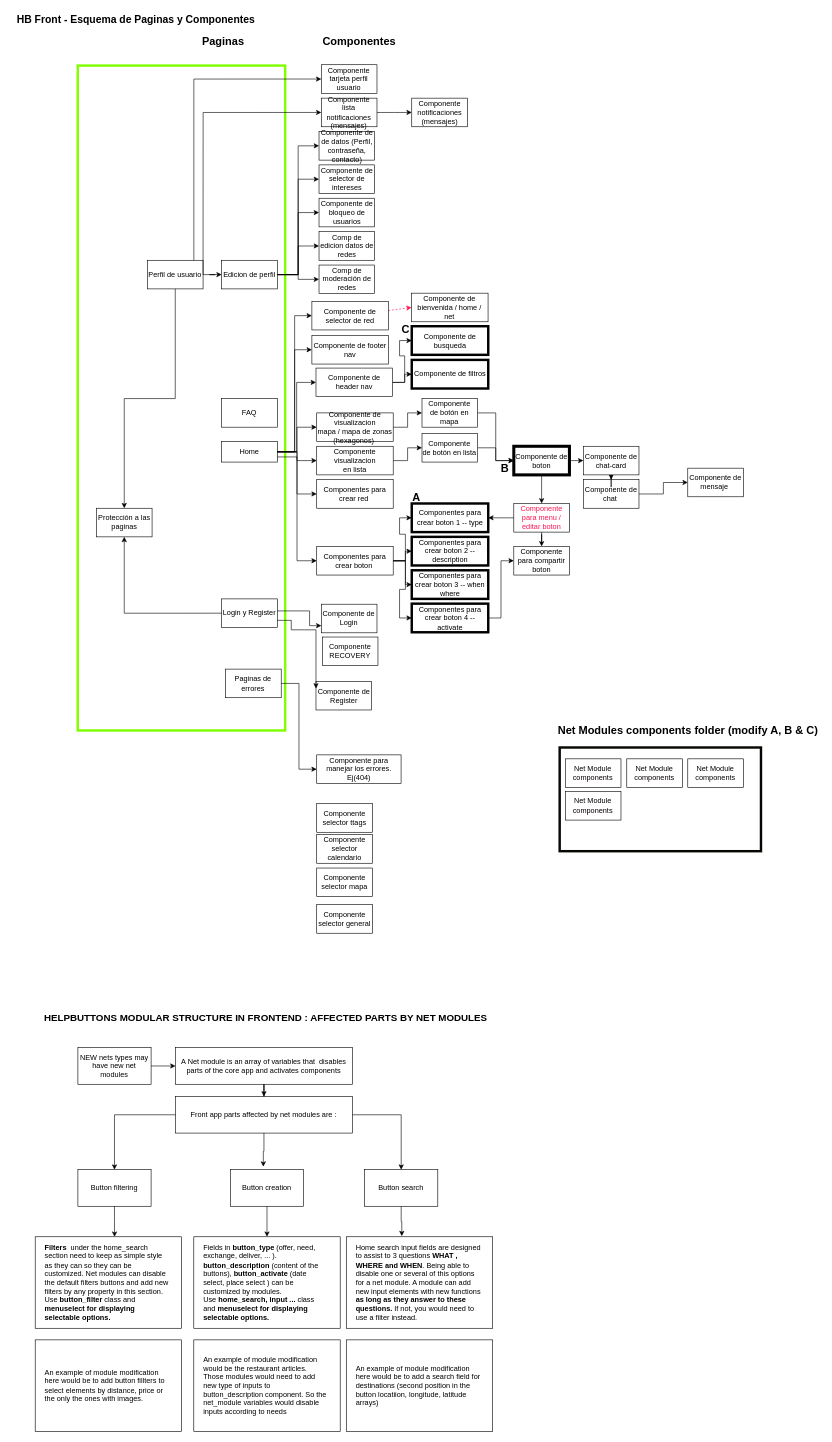
The draw.io diagram page "front" (1 of 3) of HB-COMPONENTS-TS-REACT.drawio in helpbuttons/hb-docs, before the edit. Source tidied: cells renumbered, new cells numbered last; positions are measured from the earlier drawing's top-left corner, leaving out a move shared by most shapes. Both pictures are drawn from the tidied source at 61%, with x=0, y=0 at pixel (10, 10).
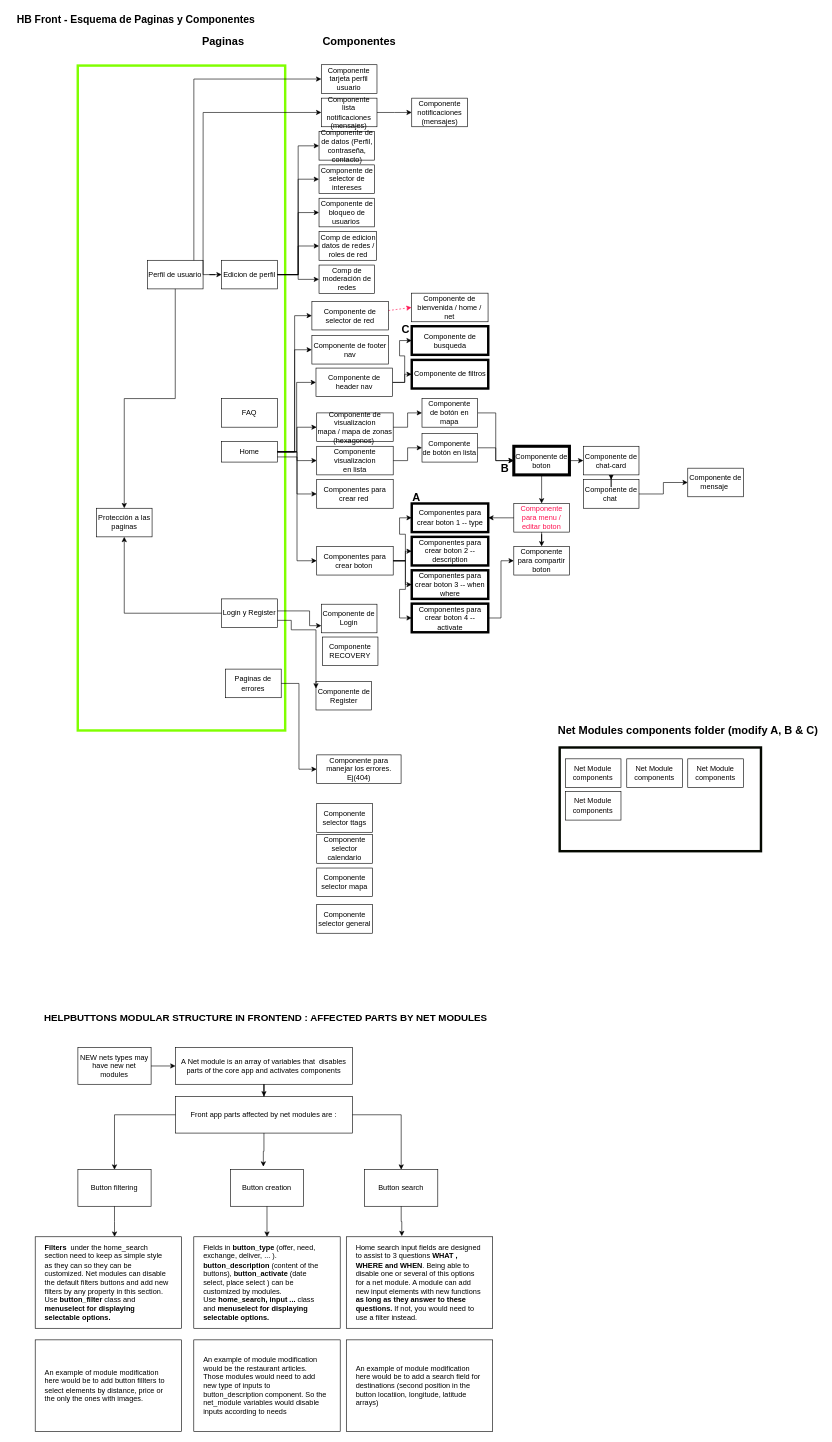
After the change.

Change to the diagram source:
```diff
@@
-    <mxCell id="68" value="Componente de bloqueo de usuarios" style="whiteSpace=wrap;html=1;" parent="1" vertex="1">
+    <mxCell id="68" value="Componente de bloqueo de usuarios&amp;nbsp;" style="whiteSpace=wrap;html=1;" parent="1" vertex="1">
       <mxGeometry x="505.5" y="307.5" width="91.2" height="46.9" as="geometry" />
     </mxCell>
@@
-    <mxCell id="74" value="Comp de edicion datos de redes" style="whiteSpace=wrap;html=1;" parent="1" vertex="1">
-      <mxGeometry x="505.5" y="362.3" width="91.2" height="46.9" as="geometry" />
+    <mxCell id="74" value="Comp de edicion datos de redes / roles de red" style="whiteSpace=wrap;html=1;" parent="1" vertex="1">
+      <mxGeometry x="505.5" y="362.3" width="94.5" height="46.9" as="geometry" />
     </mxCell>
```
